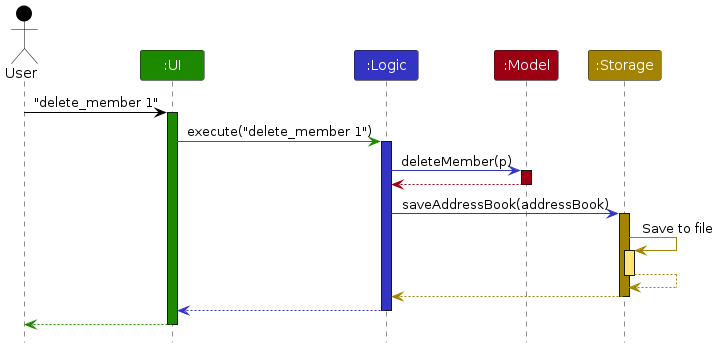
The PlantUML diagram diagrams/ArchitectureSequenceDiagram.png in AY2425S1-CS2103T-W14-3/tp, before a commit. Its source is kept beside it as diagrams/ArchitectureSequenceDiagram.puml.
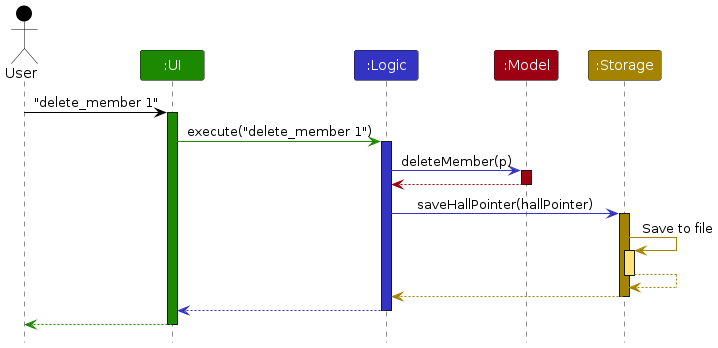
After the commit.

What changed in the source:
```diff
@@ -20,7 +20,7 @@
 model -[MODEL_COLOR]-> logic
 deactivate model
 
-logic -[LOGIC_COLOR]> storage : saveAddressBook(addressBook)
+logic -[LOGIC_COLOR]> storage : saveHallPointer(hallPointer)
 activate storage STORAGE_COLOR
 
 storage -[STORAGE_COLOR]> storage : Save to file
```
